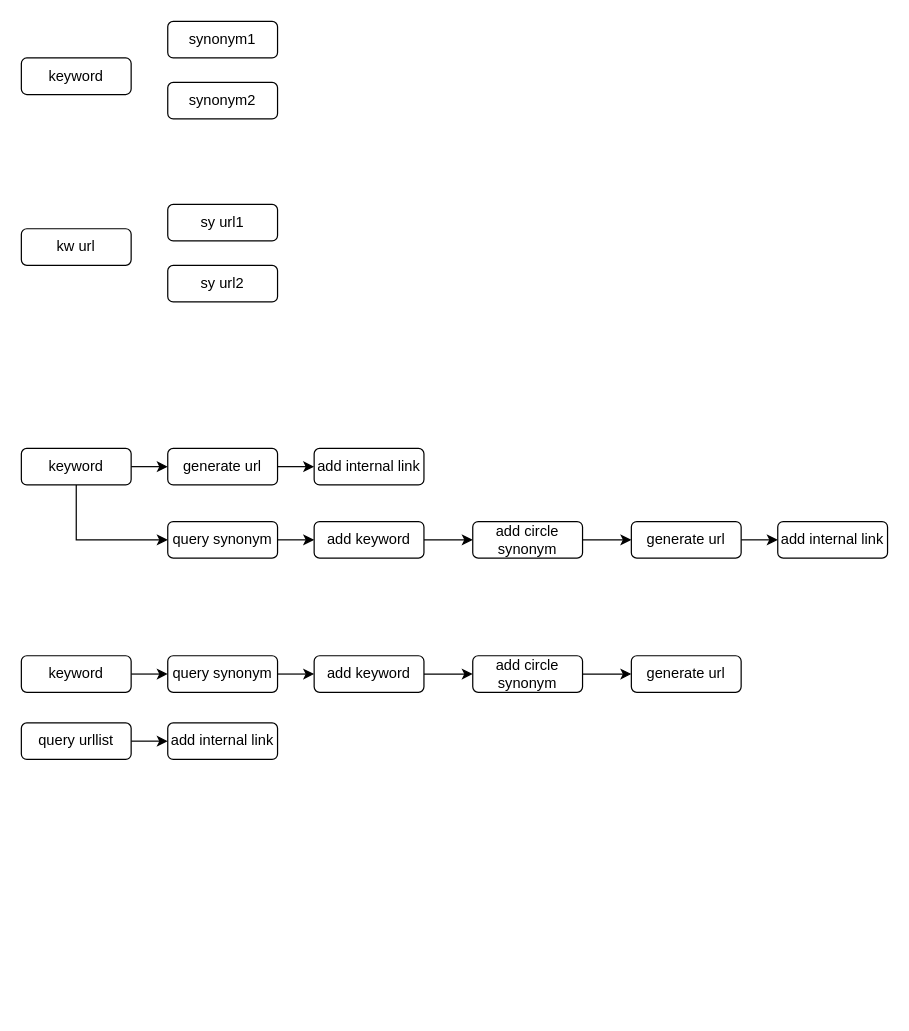
Above: drawio/internal_link.drawio in VisableHarry/seo-drawio (draw.io), before the change. Source tidied: cells renumbered, new cells numbered last; positions are measured from the earlier drawing's top-left corner, leaving out a move shared by most shapes. Both pictures are drawn from the tidied source at 122%, with x=0, y=0 at pixel (21, 21).
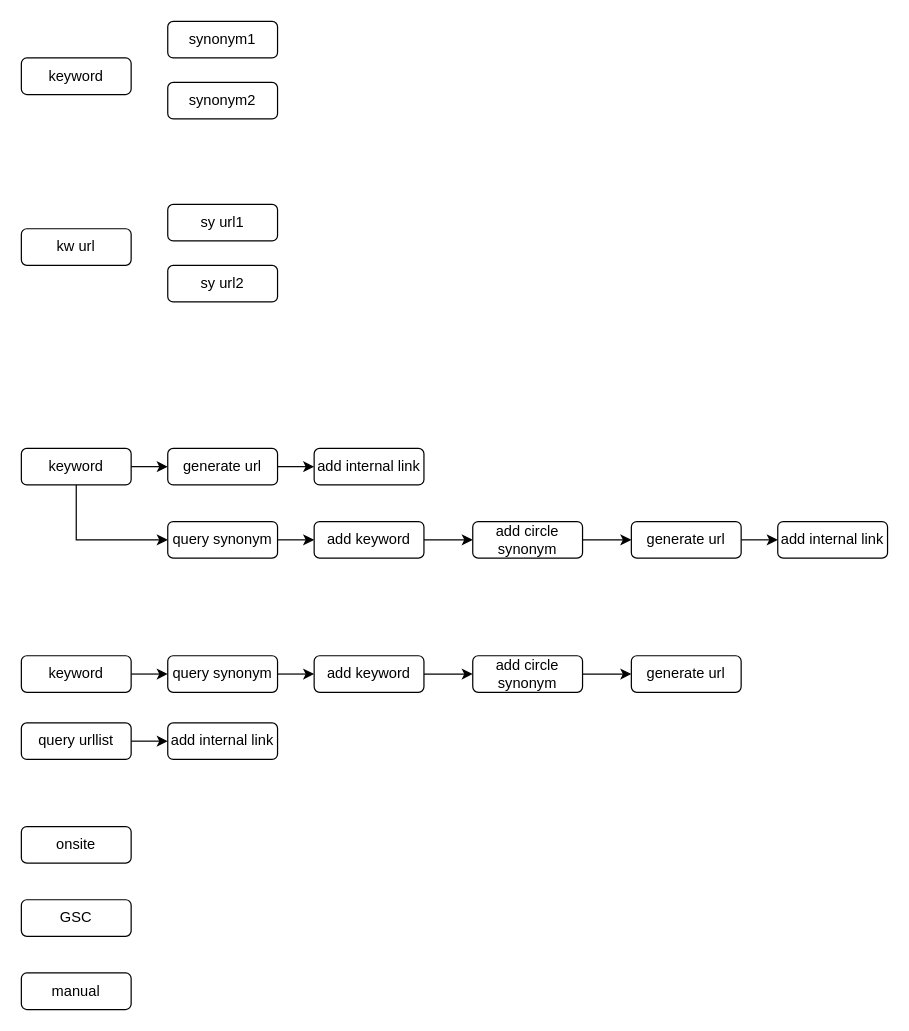
The same diagram, later.

What changed in the source:
```diff
@@
+    <mxCell id="35" value="onsite" style="rounded=1;whiteSpace=wrap;html=1;" parent="1" vertex="1">
+      <mxGeometry y="660" width="90" height="30" as="geometry" />
+    </mxCell>
+    <mxCell id="36" value="GSC" style="rounded=1;whiteSpace=wrap;html=1;" parent="1" vertex="1">
+      <mxGeometry y="720" width="90" height="30" as="geometry" />
+    </mxCell>
+    <mxCell id="37" value="manual" style="rounded=1;whiteSpace=wrap;html=1;" parent="1" vertex="1">
+      <mxGeometry y="780" width="90" height="30" as="geometry" />
+    </mxCell>
```
